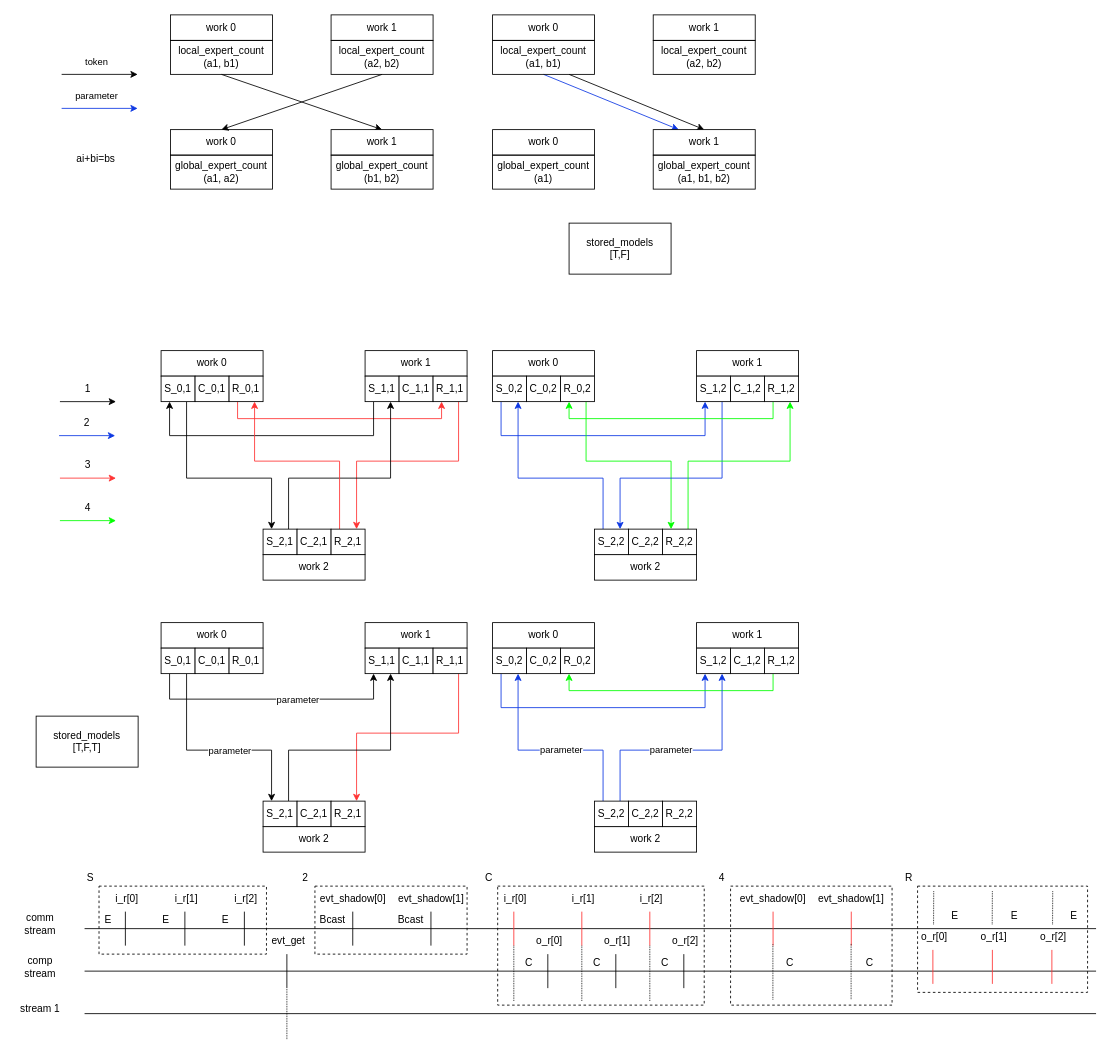
htliang25/picture keeps this draw.io diagram as page "第 3 页" (3 of 3) of Untitled Diagram.drawio. Above is the earlier version. Source tidied: cells renumbered, new cells numbered last; positions are measured from the earlier drawing's top-left corner, leaving out a move shared by most shapes. Both pictures are drawn from the tidied source at 85%, with x=0, y=0 at pixel (14, 14).
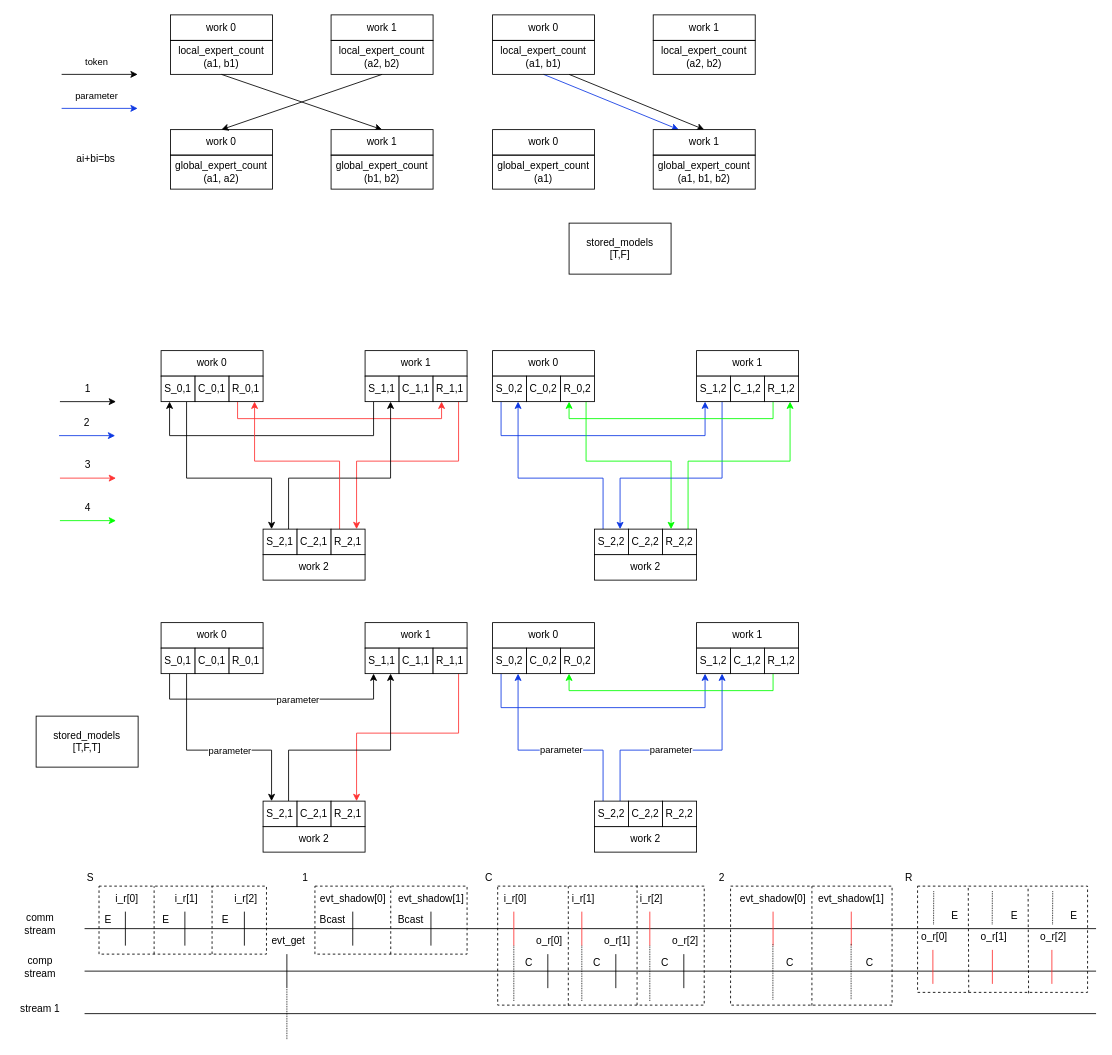
Above is the later version.

The change refers to these unchanged cells:
```xml
<mxCell id="170" style="rounded=0;whiteSpace=wrap;html=1;labelBackgroundColor=none;fillColor=none;dashed=1;" parent="1" vertex="1">
  <mxGeometry x="99" y="1025" width="197" height="80" as="geometry" />
</mxCell>
<mxCell id="178" style="rounded=0;whiteSpace=wrap;html=1;labelBackgroundColor=none;fillColor=none;dashed=1;" parent="1" vertex="1">
  <mxGeometry x="1062" y="1025" width="200" height="125" as="geometry" />
</mxCell>
```

Diff of the diagram source:
```diff
@@
-    <mxCell id="175" value="2" style="text;html=1;strokeColor=none;fillColor=none;align=center;verticalAlign=middle;whiteSpace=wrap;rounded=0;dashed=1;labelBackgroundColor=none;" parent="1" vertex="1">
+    <mxCell id="175" value="1" style="text;html=1;strokeColor=none;fillColor=none;align=center;verticalAlign=middle;whiteSpace=wrap;rounded=0;dashed=1;labelBackgroundColor=none;" parent="1" vertex="1">
       <mxGeometry x="332" y="1005" width="20" height="20" as="geometry" />
     </mxCell>
@@
-    <mxCell id="177" value="4" style="text;html=1;strokeColor=none;fillColor=none;align=center;verticalAlign=middle;whiteSpace=wrap;rounded=0;dashed=1;labelBackgroundColor=none;" parent="1" vertex="1">
+    <mxCell id="177" value="2" style="text;html=1;strokeColor=none;fillColor=none;align=center;verticalAlign=middle;whiteSpace=wrap;rounded=0;dashed=1;labelBackgroundColor=none;" parent="1" vertex="1">
       <mxGeometry x="822" y="1005" width="20" height="20" as="geometry" />
     </mxCell>
@@
+    <mxCell id="180" style="endArrow=none;dashed=1;html=1;rounded=0;exitX=0.329;exitY=1;exitDx=0;exitDy=0;entryX=0.329;entryY=0.001;entryDx=0;entryDy=0;entryPerimeter=0;exitPerimeter=0;" parent="1" edge="1" source="170" target="170">
+      <mxGeometry relative="1" as="geometry" />
+    </mxCell>
+    <mxCell id="181" style="endArrow=none;dashed=1;html=1;rounded=0;exitX=0.329;exitY=1;exitDx=0;exitDy=0;entryX=0.329;entryY=0.001;entryDx=0;entryDy=0;entryPerimeter=0;exitPerimeter=0;" parent="1" edge="1">
+      <mxGeometry relative="1" as="geometry">
+        <mxPoint x="232" y="1104.9" as="sourcePoint" />
+        <mxPoint x="232" y="1025" as="targetPoint" />
+      </mxGeometry>
+    </mxCell>
+    <mxCell id="182" style="endArrow=none;dashed=1;html=1;rounded=0;exitX=0.329;exitY=1;exitDx=0;exitDy=0;entryX=0.329;entryY=0.001;entryDx=0;entryDy=0;entryPerimeter=0;exitPerimeter=0;" parent="1" edge="1">
+      <mxGeometry relative="1" as="geometry">
+        <mxPoint x="442.2" y="1105" as="sourcePoint" />
+        <mxPoint x="442.2" y="1025.1" as="targetPoint" />
+      </mxGeometry>
+    </mxCell>
+    <mxCell id="183" style="endArrow=none;dashed=1;html=1;rounded=0;exitX=0.346;exitY=1.005;exitDx=0;exitDy=0;entryX=0.346;entryY=0.001;entryDx=0;entryDy=0;entryPerimeter=0;exitPerimeter=0;" parent="1" edge="1">
+      <mxGeometry relative="1" as="geometry">
+        <mxPoint x="651.1" y="1165.7" as="sourcePoint" />
+        <mxPoint x="651.1" y="1025.1" as="targetPoint" />
+      </mxGeometry>
+    </mxCell>
+    <mxCell id="184" style="endArrow=none;dashed=1;html=1;rounded=0;exitX=0.346;exitY=1.005;exitDx=0;exitDy=0;entryX=0.346;entryY=0.001;entryDx=0;entryDy=0;entryPerimeter=0;exitPerimeter=0;" parent="1" edge="1">
+      <mxGeometry relative="1" as="geometry">
+        <mxPoint x="732" y="1165" as="sourcePoint" />
+        <mxPoint x="732" y="1024.4" as="targetPoint" />
+      </mxGeometry>
+    </mxCell>
+    <mxCell id="185" style="endArrow=none;dashed=1;html=1;rounded=0;exitX=0.346;exitY=1.005;exitDx=0;exitDy=0;entryX=0.346;entryY=0.001;entryDx=0;entryDy=0;entryPerimeter=0;exitPerimeter=0;" parent="1" edge="1">
+      <mxGeometry relative="1" as="geometry">
+        <mxPoint x="937.7" y="1165.6" as="sourcePoint" />
+        <mxPoint x="937.7" y="1025" as="targetPoint" />
+      </mxGeometry>
+    </mxCell>
+    <mxCell id="186" style="endArrow=none;dashed=1;html=1;rounded=0;entryX=0.298;entryY=-0.008;entryDx=0;entryDy=0;entryPerimeter=0;exitX=0.301;exitY=1.001;exitDx=0;exitDy=0;exitPerimeter=0;" parent="1" edge="1" source="178" target="178">
+      <mxGeometry relative="1" as="geometry" />
+    </mxCell>
+    <mxCell id="187" style="endArrow=none;dashed=1;html=1;rounded=0;entryX=0.298;entryY=-0.008;entryDx=0;entryDy=0;entryPerimeter=0;exitX=0.301;exitY=1.001;exitDx=0;exitDy=0;exitPerimeter=0;" parent="1" edge="1">
+      <mxGeometry relative="1" as="geometry">
+        <mxPoint x="1192.6" y="1151.1" as="sourcePoint" />
+        <mxPoint x="1192" y="1025" as="targetPoint" />
+      </mxGeometry>
+    </mxCell>
```
